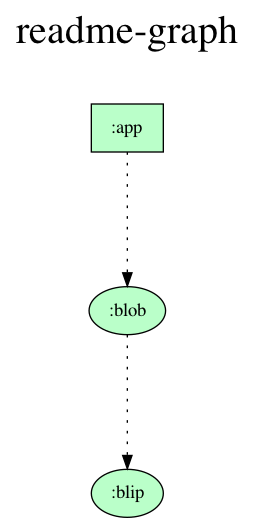
Above: gradle/dependency-graph/project.dot.png in tfcporciuncula/readme-graph (Graphviz), before the change. Its source is kept beside it as gradle/dependency-graph/project.dot. Source of this version:
```dot
digraph {
  graph [label="readme-graph\n ",labelloc=t,fontsize=30,ranksep=1.4];
  node [style=filled, fillcolor="#bbbbbb"];
  rankdir=TB;

  # Projects

  ":app" [shape=box, fillcolor="#baffc9"];
  ":blip" [fillcolor="#baffc9"];
  ":blob" [fillcolor="#baffc9"];

  {rank = same; ":app";}

  # Dependencies

  ":app" -> ":blob" [style=dotted]
  ":blob" -> ":blip" [style=dotted]
}
```
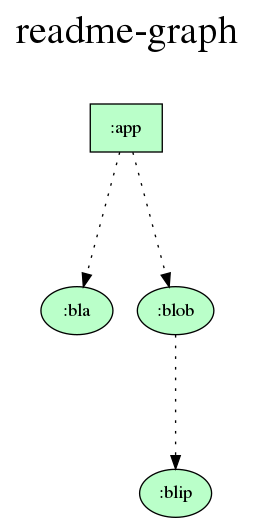
Later version of the same file.

Commit message:
Update dependency graph

Diff of the diagram source:
```diff
@@ -6,6 +6,7 @@
   # Projects
 
   ":app" [shape=box, fillcolor="#baffc9"];
+  ":bla" [fillcolor="#baffc9"];
   ":blip" [fillcolor="#baffc9"];
   ":blob" [fillcolor="#baffc9"];
 
@@ -14,5 +15,6 @@
   # Dependencies
 
   ":app" -> ":blob" [style=dotted]
+  ":app" -> ":bla" [style=dotted]
   ":blob" -> ":blip" [style=dotted]
 }
```
